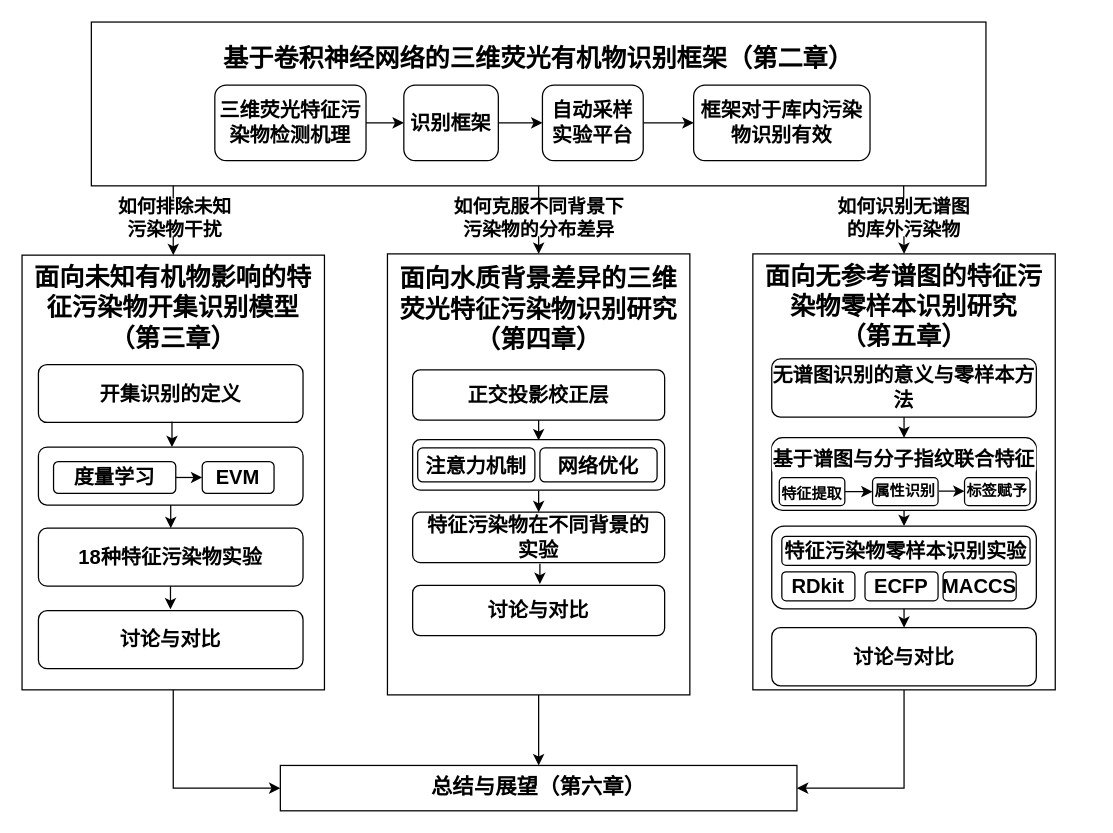
chbambooshoot/digram keeps this draw.io diagram as thesis.drawio. Above is the earlier version. Source tidied: cells renumbered, new cells numbered last; positions are measured from the earlier drawing's top-left corner, leaving out a move shared by most shapes. Both pictures are drawn from the tidied source at 126%, with x=0, y=0 at pixel (21, 21).
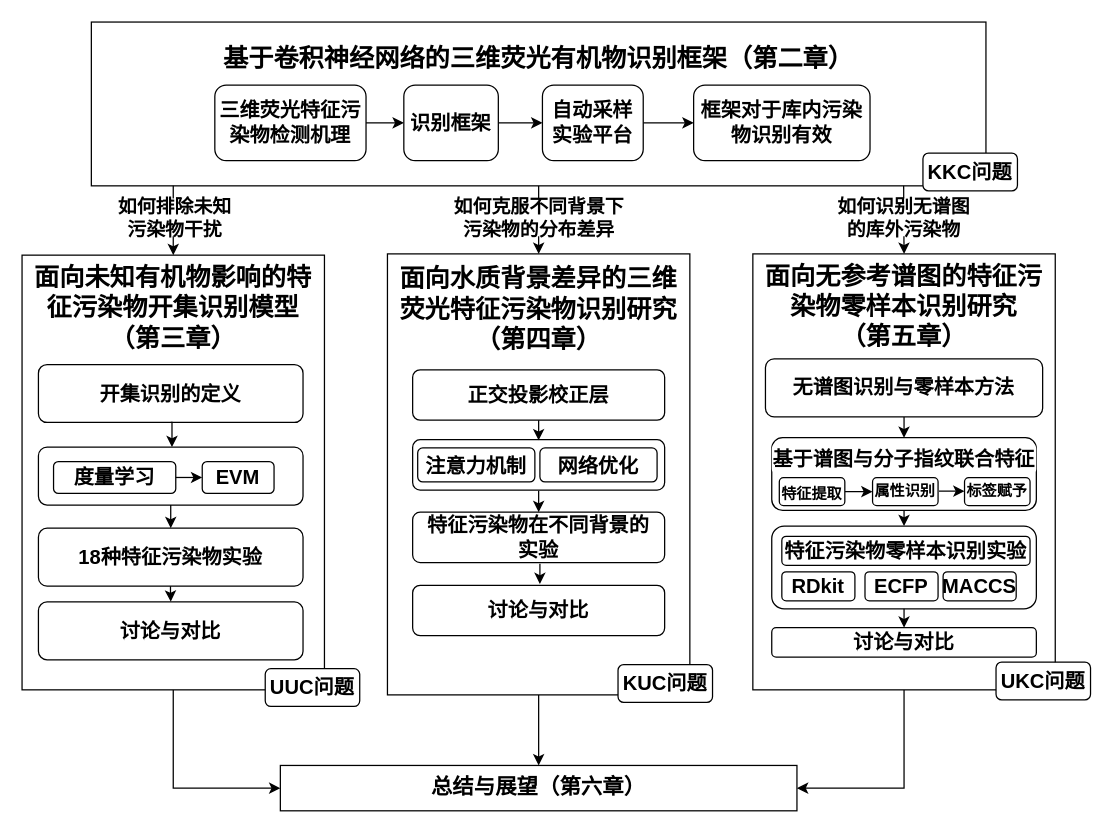
After the change.

The edit, as a diff of the source:
```diff
@@
     <mxCell id="20" style="group;fontSize=17;" parent="1" vertex="1">
-      <mxGeometry y="185" width="240" height="345" as="geometry" />
+      <mxGeometry y="185" width="268" height="358.2" as="geometry" />
     </mxCell>
@@
     <mxCell id="28" value="讨论与对比" style="rounded=1;whiteSpace=wrap;html=1;fontFamily=仿宋;fontStyle=1;fontSize=16;" parent="20" vertex="1">
-      <mxGeometry x="13" y="282.2" width="210" height="46" as="geometry" />
+      <mxGeometry x="13" y="275.2" width="210" height="46" as="geometry" />
     </mxCell>
@@
     <mxCell id="31" style="edgeStyle=orthogonalEdgeStyle;rounded=0;orthogonalLoop=1;jettySize=auto;html=1;exitX=0.5;exitY=1;exitDx=0;exitDy=0;" parent="20" edge="1">
       <mxGeometry relative="1" as="geometry">
         <mxPoint x="117.8" y="262.7" as="sourcePoint" />
-        <mxPoint x="117.8" y="281.1" as="targetPoint" />
+        <mxPoint x="118" y="275" as="targetPoint" />
         <Array as="points">
           <mxPoint x="117.8" y="266.1" />
           <mxPoint x="117.8" y="266.1" />
         </Array>
       </mxGeometry>
     </mxCell>
+    <mxCell id="63" value="&lt;font face=&quot;仿宋&quot;&gt;&lt;span style=&quot;font-size: 16px;&quot;&gt;&lt;b&gt;UUC问题&lt;/b&gt;&lt;/span&gt;&lt;/font&gt;" style="rounded=1;whiteSpace=wrap;html=1;" parent="20" vertex="1">
+      <mxGeometry x="193" y="328.2" width="75" height="30" as="geometry" />
+    </mxCell>
     <mxCell id="32" style="group;labelPosition=left;verticalLabelPosition=top;align=right;verticalAlign=bottom;horizontal=1;" parent="1" vertex="1">
-      <mxGeometry x="290" y="184" width="240" height="350" as="geometry" />
+      <mxGeometry x="290" y="184" width="258" height="350" as="geometry" />
     </mxCell>
@@
+    <mxCell id="64" value="&lt;font face=&quot;仿宋&quot;&gt;&lt;span style=&quot;font-size: 16px;&quot;&gt;&lt;b&gt;KUC问题&lt;/b&gt;&lt;/span&gt;&lt;/font&gt;" style="rounded=1;whiteSpace=wrap;html=1;" parent="32" vertex="1">
+      <mxGeometry x="183" y="326" width="75" height="30" as="geometry" />
+    </mxCell>
     <mxCell id="43" style="group;fontSize=9;" parent="1" vertex="1">
-      <mxGeometry x="580" y="184" width="240" height="346" as="geometry" />
+      <mxGeometry x="580" y="184" width="268" height="350" as="geometry" />
     </mxCell>
@@
-    <mxCell id="45" value="无谱图识别的意义与零样本方法" style="rounded=1;whiteSpace=wrap;html=1;fontFamily=仿宋;fontStyle=1;fontSize=16;" parent="43" vertex="1">
-      <mxGeometry x="15" y="83.4" width="210" height="46.1" as="geometry" />
+    <mxCell id="45" value="无谱图识别与零样本方法" style="rounded=1;whiteSpace=wrap;html=1;fontFamily=仿宋;fontStyle=1;fontSize=16;" parent="43" vertex="1">
+      <mxGeometry x="10" y="83.3" width="220" height="46.1" as="geometry" />
     </mxCell>
@@
     <mxCell id="51" value="讨论与对比" style="rounded=1;whiteSpace=wrap;html=1;fontFamily=仿宋;fontStyle=1;fontSize=16;" parent="43" vertex="1">
-      <mxGeometry x="15" y="296.7" width="210" height="46.1" as="geometry" />
+      <mxGeometry x="15" y="296.7" width="210" height="23.3" as="geometry" />
     </mxCell>
@@
+    <mxCell id="65" value="&lt;font face=&quot;仿宋&quot;&gt;&lt;span style=&quot;font-size: 16px;&quot;&gt;&lt;b&gt;UKC问题&lt;/b&gt;&lt;/span&gt;&lt;/font&gt;" style="rounded=1;whiteSpace=wrap;html=1;" parent="43" vertex="1">
+      <mxGeometry x="193" y="324" width="75" height="30" as="geometry" />
+    </mxCell>
@@
+    <mxCell id="66" value="&lt;font face=&quot;仿宋&quot;&gt;&lt;span style=&quot;font-size: 16px;&quot;&gt;&lt;b&gt;KKC问题&lt;/b&gt;&lt;/span&gt;&lt;/font&gt;" style="rounded=1;whiteSpace=wrap;html=1;" parent="1" vertex="1">
+      <mxGeometry x="715" y="104" width="75" height="30" as="geometry" />
+    </mxCell>
```
